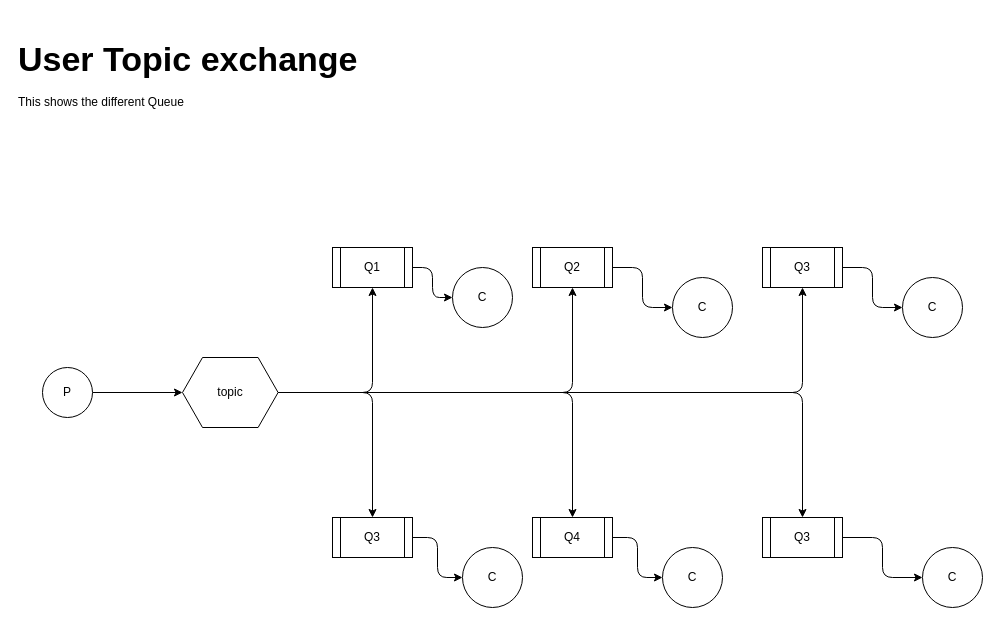
Above: page "User Topic Exchange" (1 of 2) of docs/wikiculture.drawio in Tomdieu/wikiculture (draw.io), before the change. Source tidied: cells renumbered, new cells numbered last; positions are measured from the earlier drawing's top-left corner, leaving out a move shared by most shapes. Both pictures are drawn from the tidied source at 100%, with x=0, y=0 at pixel (16, 17).
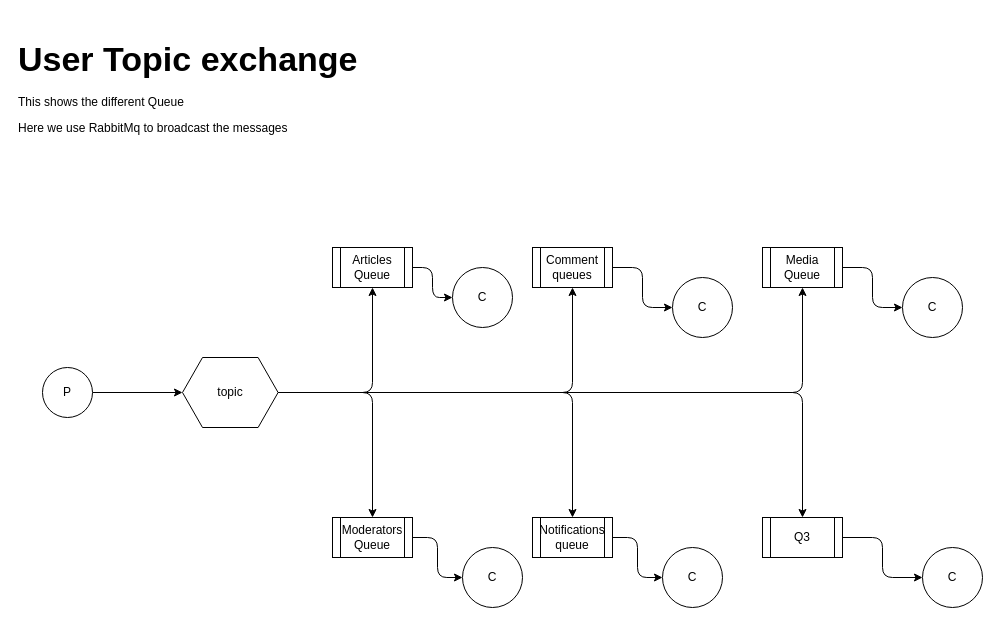
The same diagram, later.

The edit, as a diff of the source:
```diff
@@
-    <mxCell id="9" value="Q1" style="shape=process;whiteSpace=wrap;html=1;backgroundOutline=1;rounded=0;" parent="1" vertex="1">
+    <mxCell id="9" value="Articles Queue" style="shape=process;whiteSpace=wrap;html=1;backgroundOutline=1;rounded=0;" parent="1" vertex="1">
       <mxGeometry x="316" y="230" width="80" height="40" as="geometry" />
     </mxCell>
-    <mxCell id="10" value="Q2" style="shape=process;whiteSpace=wrap;html=1;backgroundOutline=1;rounded=0;" parent="1" vertex="1">
+    <mxCell id="10" value="Comment queues" style="shape=process;whiteSpace=wrap;html=1;backgroundOutline=1;rounded=0;" parent="1" vertex="1">
       <mxGeometry x="516" y="230" width="80" height="40" as="geometry" />
     </mxCell>
-    <mxCell id="11" value="Q3" style="shape=process;whiteSpace=wrap;html=1;backgroundOutline=1;rounded=0;" parent="1" vertex="1">
+    <mxCell id="11" value="Moderators Queue" style="shape=process;whiteSpace=wrap;html=1;backgroundOutline=1;rounded=0;" parent="1" vertex="1">
       <mxGeometry x="316" y="500" width="80" height="40" as="geometry" />
     </mxCell>
@@
-    <mxCell id="14" value="Q4" style="shape=process;whiteSpace=wrap;html=1;backgroundOutline=1;rounded=0;" parent="1" vertex="1">
+    <mxCell id="14" value="Notifications queue" style="shape=process;whiteSpace=wrap;html=1;backgroundOutline=1;rounded=0;" parent="1" vertex="1">
       <mxGeometry x="516" y="500" width="80" height="40" as="geometry" />
     </mxCell>
@@
-    <mxCell id="26" value="Q3" style="shape=process;whiteSpace=wrap;html=1;backgroundOutline=1;rounded=0;" parent="1" vertex="1">
+    <mxCell id="26" value="Media Queue" style="shape=process;whiteSpace=wrap;html=1;backgroundOutline=1;rounded=0;" parent="1" vertex="1">
       <mxGeometry x="746" y="230" width="80" height="40" as="geometry" />
     </mxCell>
@@
-    <mxCell id="29" value="&lt;h2 id=&quot;topic-exchange&quot; class=&quot;anchor anchorWithStickyNavbar_LWe7&quot;&gt;&lt;font style=&quot;font-size: 34px;&quot;&gt;User Topic exchange&lt;/font&gt;&lt;/h2&gt;&lt;p&gt;This shows the different Queue&amp;nbsp;&lt;/p&gt;" style="text;html=1;whiteSpace=wrap;overflow=hidden;rounded=0;" parent="1" vertex="1">
+    <mxCell id="29" value="&lt;h2 id=&quot;topic-exchange&quot; class=&quot;anchor anchorWithStickyNavbar_LWe7&quot;&gt;&lt;font style=&quot;font-size: 34px;&quot;&gt;User Topic exchange&lt;/font&gt;&lt;/h2&gt;&lt;p&gt;This shows the different Queue&amp;nbsp;&lt;/p&gt;&lt;p&gt;Here we use RabbitMq to broadcast the messages&lt;/p&gt;" style="text;html=1;whiteSpace=wrap;overflow=hidden;rounded=0;" parent="1" vertex="1">
       <mxGeometry x="0.4" width="425.6" height="190" as="geometry" />
     </mxCell>
```
